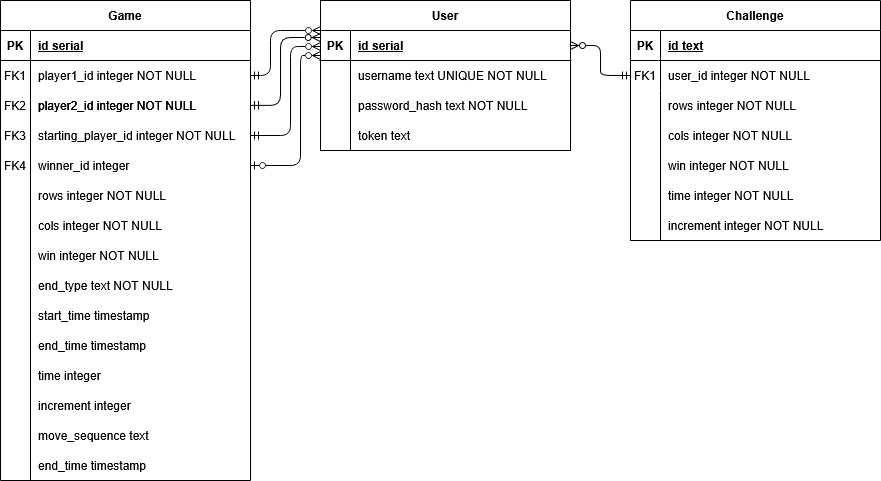
The draw.io diagram booklets/ER Diagram.png in GreyJolly/1982874_4-by-4, before a commit. Source tidied: cells renumbered, new cells last; positions are measured from the earlier drawing's top-left corner, leaving out a move shared by most shapes.
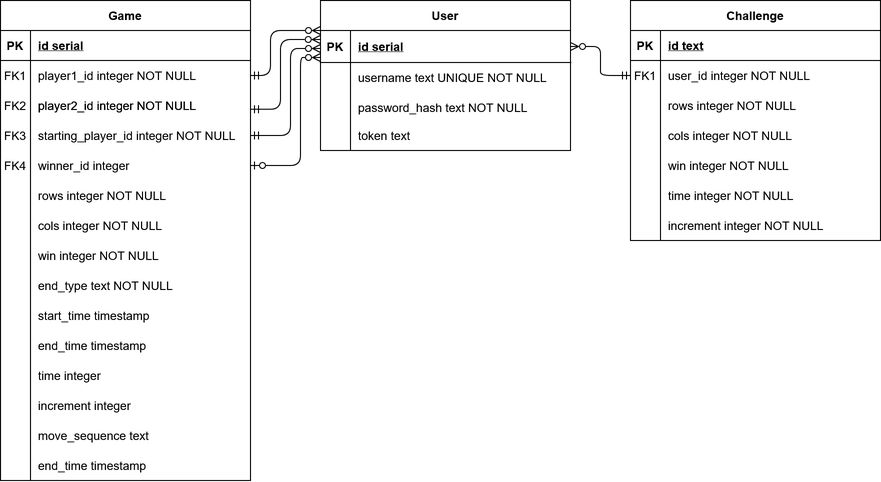
Above is the later version.

Commit message:
Uploaded higher resolution ER diagram

Change to the diagram source:
```diff
@@ -2,13 +2,15 @@
   <root>
     <mxCell id="0" />
     <mxCell id="1" parent="0" />
-    <mxCell id="2" style="edgeStyle=elbowEdgeStyle;endArrow=ERzeroToMany;startArrow=ERmandOne;endFill=0;startFill=0;exitX=1;exitY=0.5;exitDx=0;exitDy=0;entryX=-0.001;entryY=0.237;entryDx=0;entryDy=0;entryPerimeter=0;" parent="1" edge="1" source="36" target="5">
-      <mxGeometry relative="1" as="geometry">
-        <Array as="points">
-          <mxPoint x="280" y="70" />
-        </Array>
-      </mxGeometry>
-    </mxCell>
+    <mxCell id="88" style="rounded=0;whiteSpace=wrap;html=1;" parent="1" vertex="1">
+      <mxGeometry x="630" width="250" height="240" as="geometry" />
+    </mxCell>
+    <mxCell id="89" style="rounded=0;whiteSpace=wrap;html=1;" parent="1" vertex="1">
+      <mxGeometry x="320" width="250" height="150" as="geometry" />
+    </mxCell>
+    <mxCell id="90" style="rounded=0;whiteSpace=wrap;html=1;imageHeight=24;" parent="1" vertex="1">
+      <mxGeometry width="250" height="480" as="geometry" />
+    </mxCell>
     <mxCell id="3" style="edgeStyle=entityRelationEdgeStyle;endArrow=ERmandOne;startArrow=ERzeroToMany;endFill=0;startFill=0;entryX=0;entryY=0.5;entryDx=0;entryDy=0;" parent="1" edge="1" source="5" target="18">
       <mxGeometry relative="1" as="geometry" />
     </mxCell>
@@ -16,16 +18,16 @@
       <mxGeometry x="320" width="250" height="150" as="geometry" />
     </mxCell>
     <mxCell id="5" style="shape=partialRectangle;fillColor=none;points=[[0,0.5],[1,0.5]];portConstraint=eastwest;top=0;left=0;right=0;bottom=1;" parent="4" vertex="1">
-      <mxGeometry y="30" width="250" height="30" as="geometry" />
+      <mxGeometry y="30" width="250" height="32" as="geometry" />
     </mxCell>
     <mxCell id="6" value="PK" style="shape=partialRectangle;overflow=hidden;fillColor=none;top=0;left=0;bottom=0;right=0;fontStyle=1;" parent="5" vertex="1">
-      <mxGeometry width="30" height="30" as="geometry" />
+      <mxGeometry width="30" height="32" as="geometry" />
     </mxCell>
     <mxCell id="7" value="id serial" style="shape=partialRectangle;overflow=hidden;fillColor=none;top=0;left=0;bottom=0;right=0;align=left;spacingLeft=6;fontStyle=5;" parent="5" vertex="1">
-      <mxGeometry x="30" width="220" height="30" as="geometry" />
+      <mxGeometry x="30" width="220" height="32" as="geometry" />
     </mxCell>
     <mxCell id="8" style="shape=partialRectangle;fillColor=none;top=0;left=0;right=0;bottom=0;" parent="4" vertex="1">
-      <mxGeometry y="60" width="250" height="30" as="geometry" />
+      <mxGeometry y="62" width="250" height="30" as="geometry" />
     </mxCell>
     <mxCell id="9" style="shape=partialRectangle;overflow=hidden;fillColor=none;top=0;left=0;bottom=0;right=0;" parent="8" vertex="1">
       <mxGeometry width="30" height="30" as="geometry" />
@@ -34,7 +36,7 @@
       <mxGeometry x="30" width="220" height="30" as="geometry" />
     </mxCell>
     <mxCell id="11" style="shape=partialRectangle;fillColor=none;top=0;left=0;right=0;bottom=0;" parent="4" vertex="1">
-      <mxGeometry y="90" width="250" height="30" as="geometry" />
+      <mxGeometry y="92" width="250" height="30" as="geometry" />
     </mxCell>
     <mxCell id="12" style="shape=partialRectangle;overflow=hidden;fillColor=none;top=0;left=0;bottom=0;right=0;" parent="11" vertex="1">
       <mxGeometry width="30" height="30" as="geometry" />
@@ -42,7 +44,7 @@
     <mxCell id="13" value="password_hash text NOT NULL" style="shape=partialRectangle;overflow=hidden;fillColor=none;top=0;left=0;bottom=0;right=0;align=left;spacingLeft=6;" parent="11" vertex="1">
       <mxGeometry x="30" width="220" height="30" as="geometry" />
     </mxCell>
-    <mxCell id="14" value="Challenge" style="shape=table;startSize=30;rowLines=0;fontStyle=1;align=center;fillColor=#FFFFFF;fillStyle=solid;" parent="1" vertex="1">
+    <mxCell id="14" value="Challenge" style="shape=table;startSize=30;rowLines=0;fontStyle=1;align=center;" parent="1" vertex="1">
       <mxGeometry x="630" width="250" height="240" as="geometry" />
     </mxCell>
     <mxCell id="15" style="shape=partialRectangle;fillColor=none;top=0;left=0;right=0;bottom=1;" parent="14" vertex="1">
@@ -72,7 +74,7 @@
     <mxCell id="23" value="rows integer NOT NULL" style="shape=partialRectangle;overflow=hidden;fillColor=none;top=0;left=0;bottom=0;right=0;align=left;spacingLeft=6;" parent="21" vertex="1">
       <mxGeometry x="30" width="220" height="30" as="geometry" />
     </mxCell>
-    <mxCell id="24" value="Game" style="shape=table;startSize=30;rowLines=0;fontStyle=1;align=center;fillColor=#FFFFFF;" parent="1" vertex="1">
+    <mxCell id="24" value="Game" style="shape=table;startSize=30;rowLines=0;fontStyle=1;align=center;fillStyle=solid;fillColor=#FFFFFF;" parent="1" vertex="1">
       <mxGeometry width="250" height="480" as="geometry" />
     </mxCell>
     <mxCell id="25" style="shape=partialRectangle;fillColor=none;top=0;left=0;right=0;bottom=1;" parent="24" vertex="1">
@@ -201,7 +203,7 @@
     </mxCell>
     <mxCell id="65" style="edgeStyle=elbowEdgeStyle;endArrow=ERzeroToMany;startArrow=ERmandOne;endFill=0;startFill=0;exitX=1;exitY=0.5;exitDx=0;exitDy=0;" parent="1" edge="1" source="38">
       <mxGeometry relative="1" as="geometry">
-        <mxPoint x="320" y="46" as="targetPoint" />
+        <mxPoint x="320" y="48" as="targetPoint" />
         <Array as="points">
           <mxPoint x="290" y="100" />
         </Array>
@@ -209,7 +211,7 @@
     </mxCell>
     <mxCell id="66" style="edgeStyle=elbowEdgeStyle;endArrow=ERzeroToMany;startArrow=ERzeroToOne;endFill=0;startFill=0;exitX=1;exitY=0.5;exitDx=0;exitDy=0;" parent="1" edge="1" source="41">
       <mxGeometry relative="1" as="geometry">
-        <mxPoint x="320" y="55" as="targetPoint" />
+        <mxPoint x="320" y="57" as="targetPoint" />
         <Array as="points">
           <mxPoint x="300" y="110" />
         </Array>
@@ -278,5 +280,14 @@
     <mxCell id="87" value="win integer NOT NULL" style="shape=partialRectangle;overflow=hidden;fillColor=none;top=0;left=1;bottom=0;right=0;align=left;spacingLeft=6;" parent="85" vertex="1">
       <mxGeometry x="30" width="220" height="30" as="geometry" />
     </mxCell>
+    <mxCell id="2" style="edgeStyle=elbowEdgeStyle;endArrow=ERzeroToMany;startArrow=ERmandOne;endFill=0;startFill=0;exitX=1;exitY=0.5;exitDx=0;exitDy=0;entryX=-0.001;entryY=0.237;entryDx=0;entryDy=0;entryPerimeter=0;" parent="1" edge="1">
+      <mxGeometry relative="1" as="geometry">
+        <mxPoint x="250" y="108.7" as="sourcePoint" />
+        <mxPoint x="319.8" y="39" as="targetPoint" />
+        <Array as="points">
+          <mxPoint x="280" y="73.7" />
+        </Array>
+      </mxGeometry>
+    </mxCell>
   </root>
 </mxGraphModel>
```
